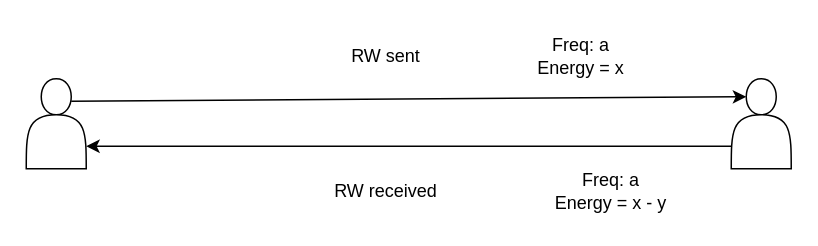
chadashu/mapping_via_radiowaves keeps this draw.io diagram as page "exploration" (2 of 3) of system_architecture.drawio. Above is the earlier version. Source tidied: cells renumbered, new cells numbered last; positions are measured from the earlier drawing's top-left corner, leaving out a move shared by most shapes. Both pictures are drawn from the tidied source at 150%, with x=0, y=0 at pixel (26, 26).
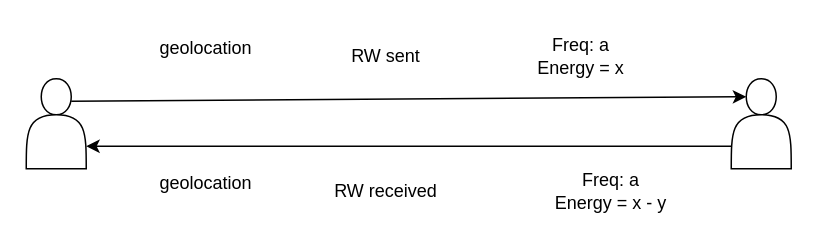
After the change.

What changed in the source:
```diff
@@
 <mxGraphModel>
   <root>
     <mxCell id="0" />
     <mxCell id="1" parent="0" />
     <mxCell id="2" style="shape=actor;whiteSpace=wrap;html=1;" parent="1" vertex="1">
       <mxGeometry y="35" width="40" height="60" as="geometry" />
     </mxCell>
     <mxCell id="3" style="shape=actor;whiteSpace=wrap;html=1;" parent="1" vertex="1">
       <mxGeometry x="470" y="35" width="40" height="60" as="geometry" />
     </mxCell>
     <mxCell id="4" style="endArrow=classic;html=1;rounded=0;exitX=0.75;exitY=0.25;exitDx=0;exitDy=0;exitPerimeter=0;entryX=0.25;entryY=0.2;entryDx=0;entryDy=0;entryPerimeter=0;" parent="1" edge="1" source="2" target="3">
       <mxGeometry relative="1" as="geometry" />
     </mxCell>
     <mxCell id="5" style="endArrow=classic;html=1;rounded=0;entryX=1;entryY=0.75;entryDx=0;entryDy=0;exitX=0;exitY=0.75;exitDx=0;exitDy=0;" parent="1" edge="1" source="3" target="2">
       <mxGeometry relative="1" as="geometry" />
     </mxCell>
     <mxCell id="6" value="RW received" style="text;html=1;strokeColor=none;fillColor=none;align=center;verticalAlign=middle;whiteSpace=wrap;rounded=0;" parent="1" vertex="1">
       <mxGeometry x="180" y="95" width="120" height="30" as="geometry" />
     </mxCell>
     <mxCell id="7" value="RW sent" style="text;html=1;strokeColor=none;fillColor=none;align=center;verticalAlign=middle;whiteSpace=wrap;rounded=0;" parent="1" vertex="1">
       <mxGeometry x="180" y="5" width="120" height="30" as="geometry" />
     </mxCell>
     <mxCell id="8" value="&lt;div&gt;Freq: a&lt;br&gt;&lt;/div&gt;&lt;div&gt;Energy = x&lt;br&gt;&lt;/div&gt;" style="text;html=1;strokeColor=none;fillColor=none;align=center;verticalAlign=middle;whiteSpace=wrap;rounded=0;" parent="1" vertex="1">
       <mxGeometry x="320" width="100" height="40" as="geometry" />
     </mxCell>
     <mxCell id="9" value="&lt;div&gt;Freq: a&lt;br&gt;&lt;/div&gt;&lt;div&gt;Energy = x - y&lt;/div&gt;" style="text;html=1;strokeColor=none;fillColor=none;align=center;verticalAlign=middle;whiteSpace=wrap;rounded=0;" parent="1" vertex="1">
       <mxGeometry x="320" y="90" width="140" height="40" as="geometry" />
     </mxCell>
+    <mxCell id="10" value="geolocation" style="text;html=1;strokeColor=none;fillColor=none;align=center;verticalAlign=middle;whiteSpace=wrap;rounded=0;" parent="1" vertex="1">
+      <mxGeometry x="90" width="60" height="30" as="geometry" />
+    </mxCell>
+    <mxCell id="11" value="geolocation" style="text;html=1;strokeColor=none;fillColor=none;align=center;verticalAlign=middle;whiteSpace=wrap;rounded=0;" parent="1" vertex="1">
+      <mxGeometry x="90" y="90" width="60" height="30" as="geometry" />
+    </mxCell>
   </root>
 </mxGraphModel>
```
